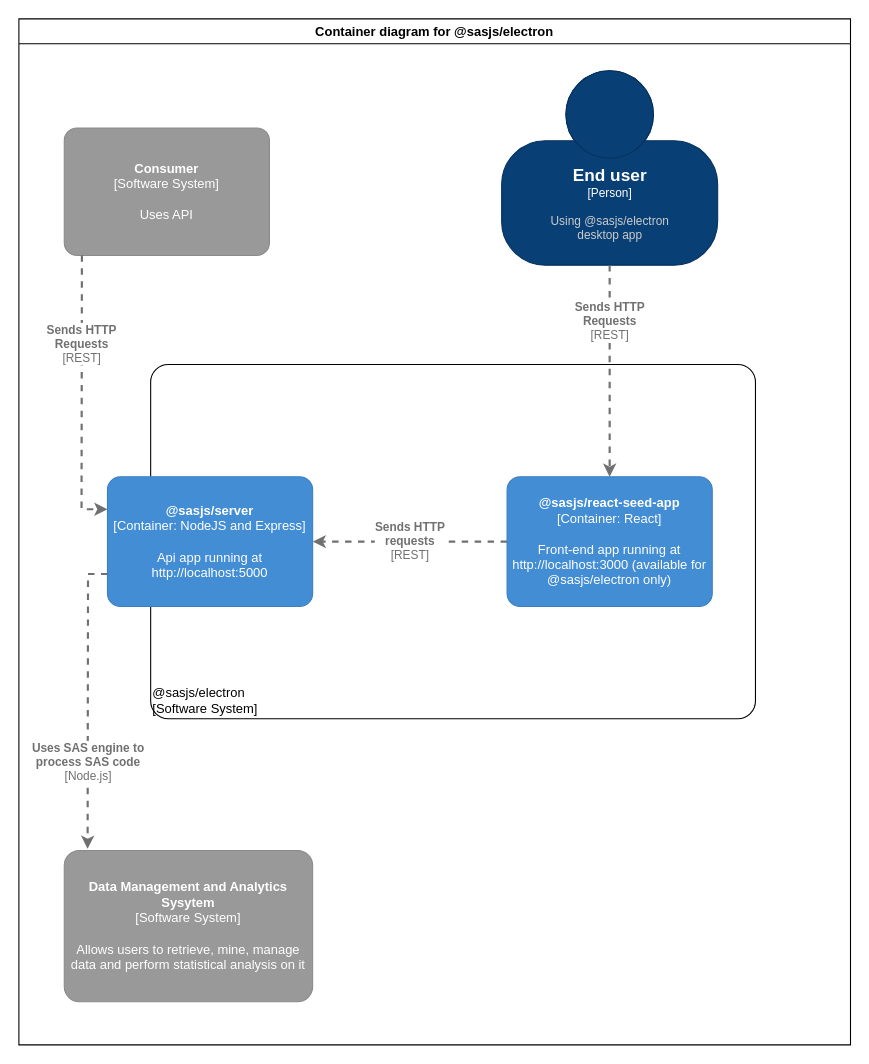
sasjs/electron keeps this draw.io diagram as page "Container" (3 of 3) of c4model.drawio. Above is the earlier version. Source tidied: cells renumbered, new cells numbered last; positions are measured from the earlier drawing's top-left corner, leaving out a move shared by most shapes. Both pictures are drawn from the tidied source at 108%, with x=0, y=0 at pixel (18, 18).
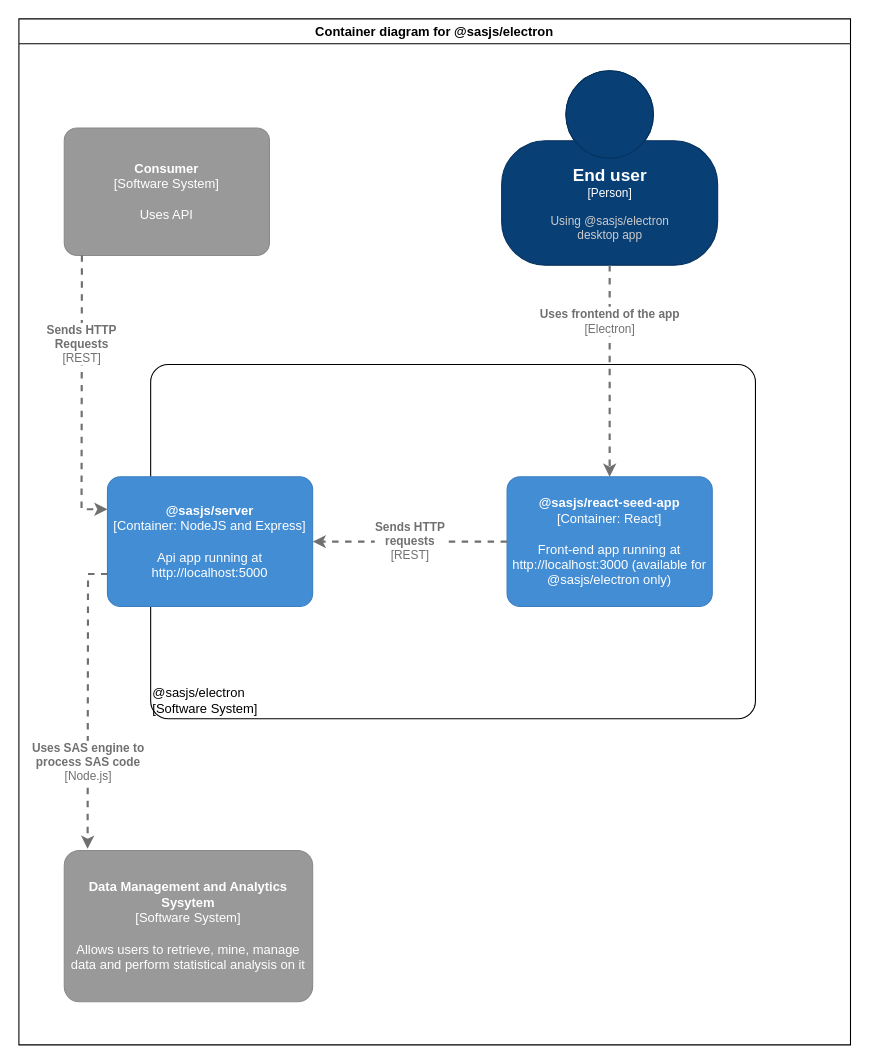
The same page after the edit.

The change refers to these unchanged cells:
```xml
<mxCell id="2" value="Container diagram for @sasjs/electron" style="swimlane;" parent="1" vertex="1">
  <mxGeometry width="770" height="950" as="geometry" />
</mxCell>
<object id="7" label="&lt;b&gt;%c4Name%&lt;/b&gt;&lt;div&gt;[%c4Type%: %c4Technology%]&lt;/div&gt;&lt;br&gt;&lt;div&gt;%c4Description%&lt;/div&gt;" c4Description="Front-end app running at http://localhost:3000 (available for @sasjs/electron only)" c4Name="@sasjs/react-seed-app" c4Technology="React" c4Type="Container" placeholders="1">
  <mxCell style="rounded=1;whiteSpace=wrap;html=1;labelBackgroundColor=none;fillColor=#438DD5;fontColor=#ffffff;align=center;arcSize=10;strokeColor=#3C7FC0;metaData={&quot;c4Type&quot;:{&quot;editable&quot;:false}};points=[[0.25,0,0],[0.5,0,0],[0.75,0,0],[1,0.25,0],[1,0.5,0],[1,0.75,0],[0.75,1,0],[0.5,1,0],[0.25,1,0],[0,0.75,0],[0,0.5,0],[0,0.25,0]];" parent="2" vertex="1">
    <mxGeometry x="452" y="424" width="190" height="120" as="geometry" />
  </mxCell>
</object>
<object id="9" label="&lt;font style=&quot;font-size: 16px&quot;&gt;&lt;b&gt;%c4Name%&lt;/b&gt;&lt;/font&gt;&lt;div&gt;[%c4Type%]&lt;/div&gt;&lt;br&gt;&lt;div&gt;&lt;font style=&quot;font-size: 11px&quot;&gt;&lt;font color=&quot;#cccccc&quot;&gt;%c4Description%&lt;/font&gt;&lt;/div&gt;" c4Description="Using @sasjs/electron &#10;desktop app" c4Name="End user" c4Type="Person" placeholders="1">
  <mxCell style="html=1;fontSize=11;dashed=0;whitespace=wrap;fillColor=#083F75;strokeColor=#06315C;fontColor=#ffffff;shape=mxgraph.c4.person2;align=center;points=[[0.5,0,0],[1,0.5,0],[1,0.75,0],[0.75,1,0],[0.5,1,0],[0.25,1,0],[0,0.75,0],[0,0.5,0]];" parent="2" vertex="1">
    <mxGeometry x="447" y="48" width="200" height="180" as="geometry" />
  </mxCell>
</object>
```

The edit, as a diff of the source:
```diff
@@
-    <object id="10" label="&lt;div style=&quot;text-align: left&quot;&gt;&lt;div style=&quot;text-align: center&quot;&gt;&lt;b&gt;%c4Description%&lt;/b&gt;&lt;/div&gt;&lt;div style=&quot;text-align: center&quot;&gt;[%c4Technology%]&lt;/div&gt;&lt;/div&gt;" c4Description="Sends HTTP&#10;Requests" c4Technology="REST" placeholders="1">
+    <object id="10" label="&lt;div style=&quot;text-align: left&quot;&gt;&lt;div style=&quot;text-align: center&quot;&gt;&lt;b&gt;%c4Description%&lt;/b&gt;&lt;/div&gt;&lt;div style=&quot;text-align: center&quot;&gt;[%c4Technology%]&lt;/div&gt;&lt;/div&gt;" c4Description="Uses frontend of the app" c4Technology="Electron" placeholders="1">
       <mxCell style="edgeStyle=none;rounded=0;html=1;entryX=0.5;entryY=0;jettySize=auto;strokeColor=#707070;strokeWidth=2;fontColor=#707070;jumpStyle=none;dashed=1;metaData={&quot;c4Type&quot;:{&quot;editable&quot;:false}};exitX=0.5;exitY=1;exitDx=0;exitDy=0;exitPerimeter=0;entryDx=0;entryDy=0;entryPerimeter=0;" parent="2" edge="1" source="9" target="7">
         <mxGeometry x="-0.47" relative="1" as="geometry" />
       </mxCell>
     </object>
```
